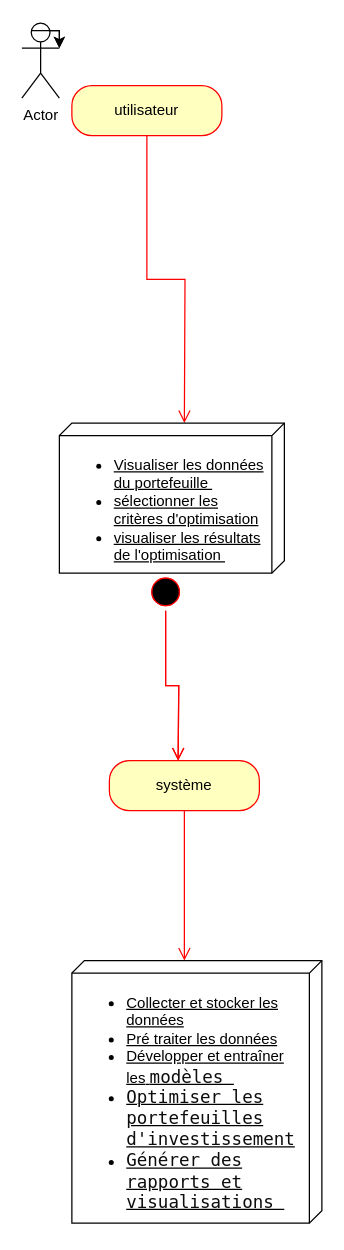
mariembenaouicha/DIVERTIMA keeps this draw.io diagram as Diagramme sans nom.drawio. Above is the earlier version. Source tidied: cells renumbered, new cells numbered last; positions are measured from the earlier drawing's top-left corner, leaving out a move shared by most shapes. Both pictures are drawn from the tidied source at 125%, with x=0, y=0 at pixel (21, 22).
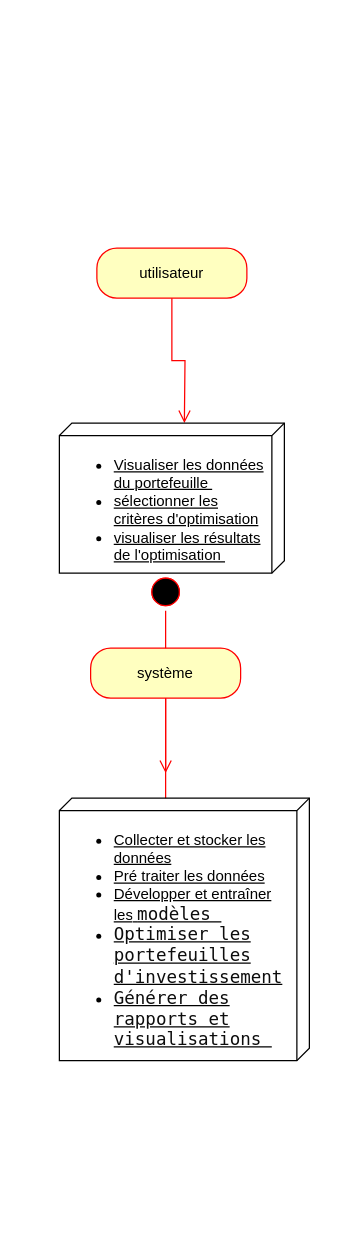
Above is the later version.

Commit message:
Mettre à jour Diagramme sans nom.drawio

Diff of the diagram source:
```diff
@@
 <mxGraphModel>
   <root>
     <mxCell id="0" />
     <mxCell id="1" parent="0" />
     <mxCell id="2" value="utilisateur" style="rounded=1;whiteSpace=wrap;html=1;arcSize=40;fontColor=#000000;fillColor=#ffffc0;strokeColor=#ff0000;" parent="1" vertex="1">
-      <mxGeometry x="40" y="50" width="120" height="40" as="geometry" />
+      <mxGeometry x="60" y="180" width="120" height="40" as="geometry" />
     </mxCell>
     <mxCell id="3" style="edgeStyle=orthogonalEdgeStyle;html=1;verticalAlign=bottom;endArrow=open;endSize=8;strokeColor=#ff0000;rounded=0;" parent="1" edge="1" source="2">
       <mxGeometry relative="1" as="geometry">
         <mxPoint x="130" y="320" as="targetPoint" />
       </mxGeometry>
     </mxCell>
     <mxCell id="4" value="&lt;ul&gt;&lt;li&gt;Visualiser les données du portefeuille&amp;nbsp;&lt;/li&gt;&lt;li&gt;sélectionner les critères d'optimisation&lt;/li&gt;&lt;li&gt;visualiser les résultats de l'optimisation&amp;nbsp;&lt;/li&gt;&lt;/ul&gt;" style="verticalAlign=top;align=left;spacingTop=8;spacingLeft=2;spacingRight=12;shape=cube;size=10;direction=south;fontStyle=4;html=1;whiteSpace=wrap;" parent="1" vertex="1">
       <mxGeometry x="30" y="320" width="180" height="120" as="geometry" />
     </mxCell>
-    <mxCell id="5" value="Actor" style="shape=umlActor;verticalLabelPosition=bottom;verticalAlign=top;html=1;" parent="1" vertex="1">
-      <mxGeometry width="30" height="60" as="geometry" />
-    </mxCell>
     <mxCell id="6" style="ellipse;html=1;shape=startState;fillColor=#000000;strokeColor=#ff0000;" parent="1" vertex="1">
       <mxGeometry x="100" y="440" width="30" height="30" as="geometry" />
     </mxCell>
-    <mxCell id="7" style="edgeStyle=orthogonalEdgeStyle;html=1;verticalAlign=bottom;endArrow=open;endSize=8;strokeColor=#ff0000;rounded=0;" parent="1" edge="1" source="6">
+    <mxCell id="7" style="edgeStyle=orthogonalEdgeStyle;html=1;verticalAlign=bottom;endArrow=open;endSize=8;strokeColor=#ff0000;rounded=0;exitX=0.5;exitY=1;exitDx=0;exitDy=0;" parent="1" edge="1" source="8">
       <mxGeometry relative="1" as="geometry">
-        <mxPoint x="125" y="590" as="targetPoint" />
+        <mxPoint x="115" y="600" as="targetPoint" />
+        <Array as="points">
+          <mxPoint x="115" y="590" />
+        </Array>
       </mxGeometry>
     </mxCell>
     <mxCell id="8" style="ellipse;html=1;shape=startState;fillColor=#000000;strokeColor=#ff0000;" parent="1" vertex="1">
       <mxGeometry x="100" y="440" width="30" height="30" as="geometry" />
     </mxCell>
-    <mxCell id="9" style="edgeStyle=orthogonalEdgeStyle;html=1;verticalAlign=bottom;endArrow=open;endSize=8;strokeColor=#ff0000;rounded=0;" parent="1" edge="1" source="8">
-      <mxGeometry relative="1" as="geometry">
-        <mxPoint x="125" y="590" as="targetPoint" />
-      </mxGeometry>
-    </mxCell>
     <mxCell id="10" value="système" style="rounded=1;whiteSpace=wrap;html=1;arcSize=40;fontColor=#000000;fillColor=#ffffc0;strokeColor=#ff0000;" parent="1" vertex="1">
-      <mxGeometry x="70" y="590" width="120" height="40" as="geometry" />
+      <mxGeometry x="55" y="500" width="120" height="40" as="geometry" />
     </mxCell>
     <mxCell id="11" style="edgeStyle=orthogonalEdgeStyle;html=1;verticalAlign=bottom;endArrow=open;endSize=8;strokeColor=#ff0000;rounded=0;" parent="1" edge="1" source="10">
       <mxGeometry relative="1" as="geometry">
         <mxPoint x="130" y="750" as="targetPoint" />
         <Array as="points">
-          <mxPoint x="130" y="620" />
-          <mxPoint x="130" y="620" />
+          <mxPoint x="115" y="750" />
         </Array>
       </mxGeometry>
     </mxCell>
     <mxCell id="12" value="&lt;ul&gt;&lt;li&gt;Collecter et stocker les données  &lt;br&gt;&lt;/li&gt;&lt;li&gt;Pré traiter les données&lt;br&gt;&lt;/li&gt;&lt;li&gt; Développer et entraîner les&lt;span style=&quot;background-color: rgb(255, 255, 255);&quot;&gt; &lt;font color=&quot;#0d0d0d&quot;&gt;&lt;font face=&quot;Söhne Mono, Monaco, Andale Mono, Ubuntu Mono, monospace&quot;&gt;&lt;span style=&quot;font-size: 14px;&quot;&gt;modèles&amp;nbsp;&lt;/span&gt;&lt;/font&gt;&lt;br&gt;&lt;/font&gt;&lt;/span&gt;&lt;/li&gt;&lt;li&gt;&lt;font face=&quot;Söhne Mono, Monaco, Andale Mono, Ubuntu Mono, monospace&quot;&gt;&lt;span style=&quot;font-size: 14px;&quot;&gt;&lt;span style=&quot;background-color: rgb(255, 255, 255);&quot;&gt;&lt;font color=&quot;#0d0d0d&quot;&gt;Optimiser les portefeuilles d'investissement&lt;/font&gt;&lt;/span&gt;&lt;br&gt;&lt;/span&gt;&lt;/font&gt;&lt;/li&gt;&lt;li&gt;&lt;font face=&quot;Söhne Mono, Monaco, Andale Mono, Ubuntu Mono, monospace&quot;&gt;&lt;span style=&quot;font-size: 14px;&quot;&gt;&lt;span style=&quot;background-color: rgb(255, 255, 255);&quot;&gt;&lt;font color=&quot;#0d0d0d&quot;&gt;Générer des rapports et visualisations&amp;nbsp;&lt;br&gt;&lt;/font&gt;&lt;/span&gt;&lt;/span&gt;&lt;/font&gt;&lt;/li&gt;&lt;/ul&gt;" style="verticalAlign=top;align=left;spacingTop=8;spacingLeft=2;spacingRight=12;shape=cube;size=10;direction=south;fontStyle=4;html=1;whiteSpace=wrap;" parent="1" vertex="1">
-      <mxGeometry x="40" y="750" width="200" height="210" as="geometry" />
+      <mxGeometry x="30" y="620" width="200" height="210" as="geometry" />
     </mxCell>
-    <mxCell id="13" style="edgeStyle=orthogonalEdgeStyle;rounded=0;orthogonalLoop=1;jettySize=auto;html=1;exitX=0.75;exitY=0.1;exitDx=0;exitDy=0;exitPerimeter=0;entryX=1;entryY=0.3333333333333333;entryDx=0;entryDy=0;entryPerimeter=0;" parent="1" edge="1" source="5" target="5">
-      <mxGeometry relative="1" as="geometry" />
-    </mxCell>
-    <mxCell id="14" style="edgeStyle=orthogonalEdgeStyle;rounded=0;orthogonalLoop=1;jettySize=auto;html=1;exitX=0.25;exitY=0.1;exitDx=0;exitDy=0;exitPerimeter=0;entryX=1;entryY=0.3333333333333333;entryDx=0;entryDy=0;entryPerimeter=0;" parent="1" edge="1" source="5" target="5">
-      <mxGeometry relative="1" as="geometry" />
-    </mxCell>
   </root>
 </mxGraphModel>
```
